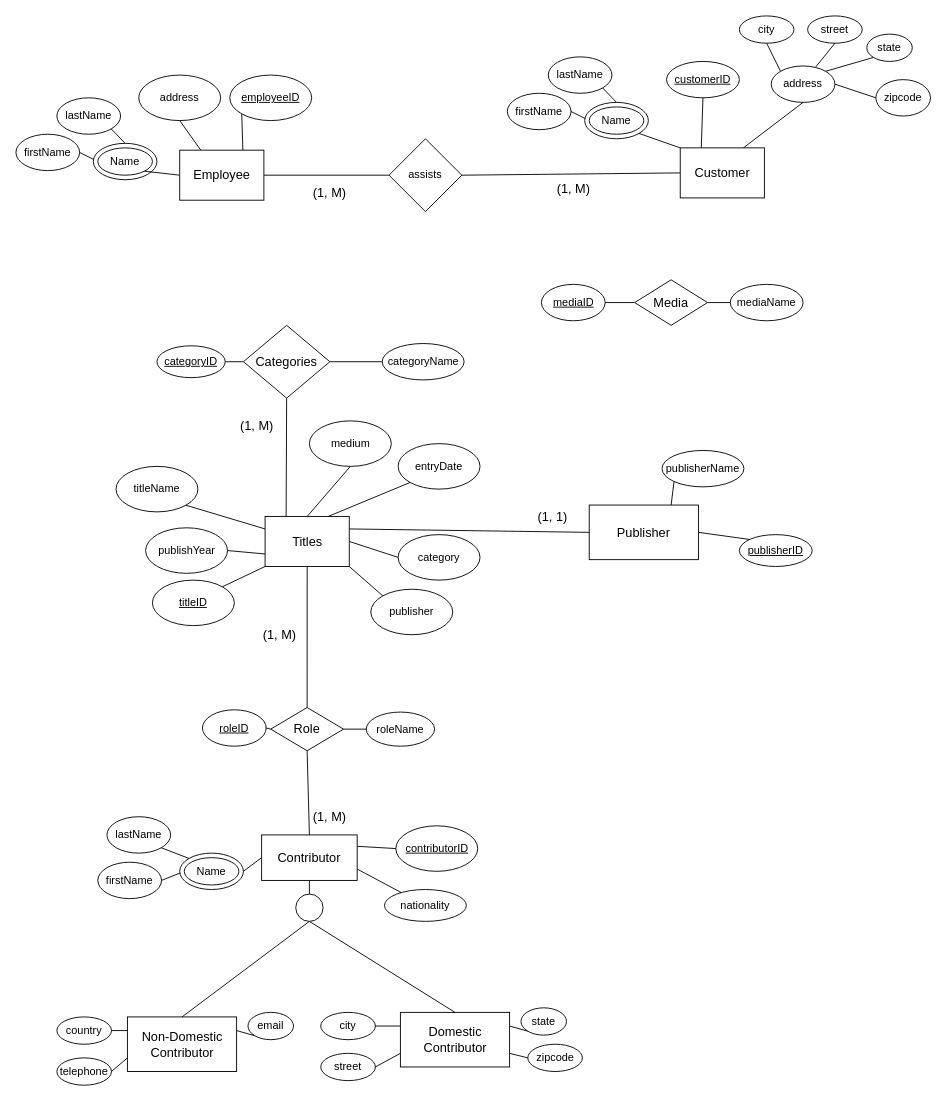
This is projecteerd.drawio from roning54/database_design, a draw.io file, before an edit. Source tidied: cells renumbered, new cells numbered last; positions are measured from the earlier drawing's top-left corner, leaving out a move shared by most shapes. Both pictures are drawn from the tidied source at 91%, with x=0, y=0 at pixel (15, 15).
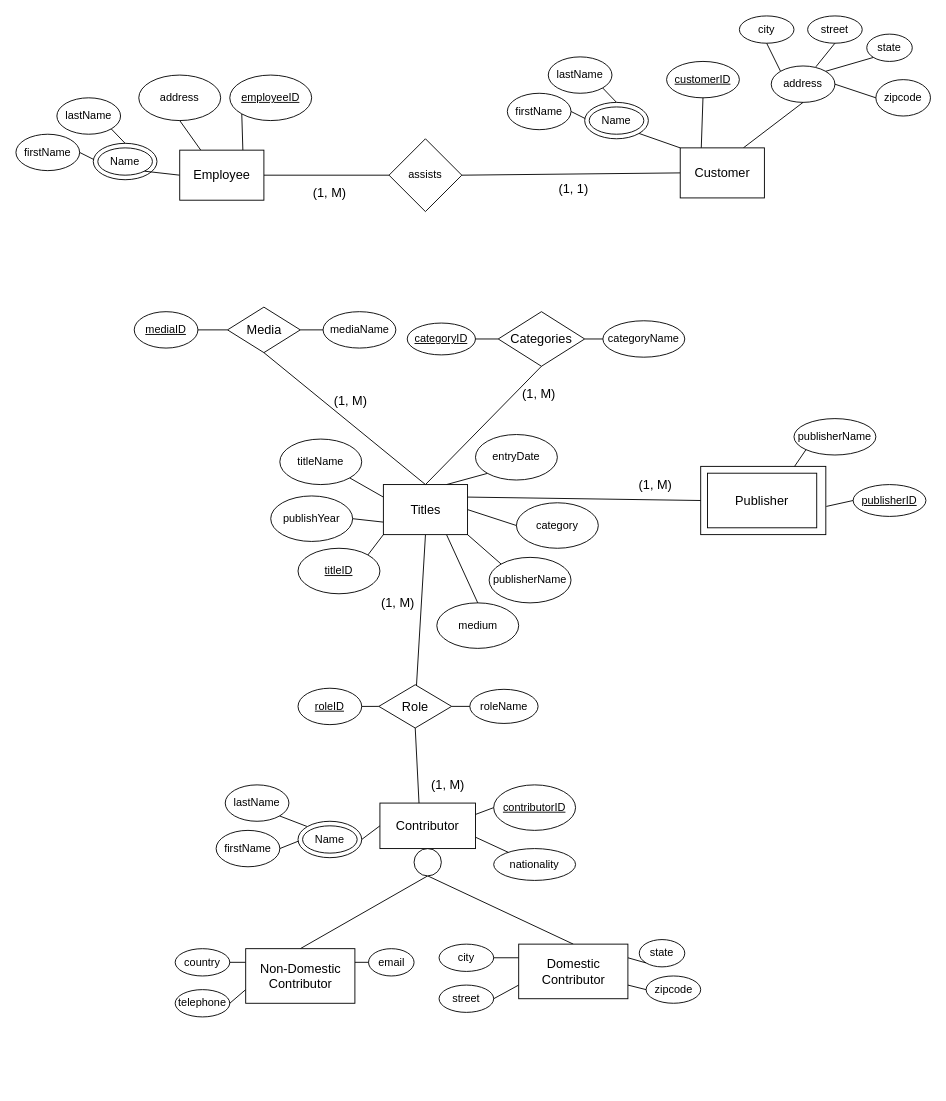
The same page after the edit.

Change to the diagram source:
```diff
@@
+    <mxCell id="114" style="rounded=0;whiteSpace=wrap;html=1;" parent="1" vertex="1">
+      <mxGeometry x="752.5" y="495" width="137.5" height="75" as="geometry" />
+    </mxCell>
@@
     <mxCell id="22" value="&lt;u&gt;mediaID&lt;/u&gt;" style="ellipse;whiteSpace=wrap;html=1;" parent="1" vertex="1">
-      <mxGeometry x="577.5" y="295" width="70" height="40" as="geometry" />
+      <mxGeometry x="130" y="325" width="70" height="40" as="geometry" />
     </mxCell>
     <mxCell id="23" value="mediaName" style="ellipse;whiteSpace=wrap;html=1;" parent="1" vertex="1">
-      <mxGeometry x="785" y="295" width="80" height="40" as="geometry" />
+      <mxGeometry x="337.5" y="325" width="80" height="40" as="geometry" />
     </mxCell>
@@
     <mxCell id="26" value="&lt;u&gt;titleID&lt;/u&gt;" style="ellipse;whiteSpace=wrap;html=1;" parent="1" vertex="1">
-      <mxGeometry x="150" y="620" width="90" height="50" as="geometry" />
+      <mxGeometry x="310" y="585" width="90" height="50" as="geometry" />
     </mxCell>
     <mxCell id="27" value="category" style="ellipse;whiteSpace=wrap;html=1;" parent="1" vertex="1">
-      <mxGeometry x="420" y="570" width="90" height="50" as="geometry" />
+      <mxGeometry x="550" y="535" width="90" height="50" as="geometry" />
     </mxCell>
     <mxCell id="28" value="publishYear" style="ellipse;whiteSpace=wrap;html=1;" parent="1" vertex="1">
-      <mxGeometry x="142.5" y="562.5" width="90" height="50" as="geometry" />
+      <mxGeometry x="280" y="527.5" width="90" height="50" as="geometry" />
     </mxCell>
     <mxCell id="29" value="titleName" style="ellipse;whiteSpace=wrap;html=1;" parent="1" vertex="1">
-      <mxGeometry x="110" y="495" width="90" height="50" as="geometry" />
+      <mxGeometry x="290" y="465" width="90" height="50" as="geometry" />
     </mxCell>
     <mxCell id="30" value="entryDate" style="ellipse;whiteSpace=wrap;html=1;" parent="1" vertex="1">
-      <mxGeometry x="420" y="470" width="90" height="50" as="geometry" />
+      <mxGeometry x="505" y="460" width="90" height="50" as="geometry" />
     </mxCell>
-    <mxCell id="31" value="publisher" style="ellipse;whiteSpace=wrap;html=1;" parent="1" vertex="1">
-      <mxGeometry x="390" y="630" width="90" height="50" as="geometry" />
+    <mxCell id="31" value="publisherName" style="ellipse;whiteSpace=wrap;html=1;" parent="1" vertex="1">
+      <mxGeometry x="520" y="595" width="90" height="50" as="geometry" />
     </mxCell>
@@
     <mxCell id="38" value="&lt;u&gt;contributorID&lt;/u&gt;" style="ellipse;whiteSpace=wrap;html=1;" parent="1" vertex="1">
-      <mxGeometry x="417.5" y="890" width="90" height="50" as="geometry" />
+      <mxGeometry x="525" y="845" width="90" height="50" as="geometry" />
     </mxCell>
     <mxCell id="39" value="nationality" style="ellipse;whiteSpace=wrap;html=1;" parent="1" vertex="1">
-      <mxGeometry x="405" y="960" width="90" height="35" as="geometry" />
+      <mxGeometry x="525" y="915" width="90" height="35" as="geometry" />
     </mxCell>
@@
     <mxCell id="42" value="&lt;u&gt;roleID&lt;/u&gt;" style="ellipse;whiteSpace=wrap;html=1;" parent="1" vertex="1">
-      <mxGeometry x="205" y="762.5" width="70" height="40" as="geometry" />
+      <mxGeometry x="310" y="738.8" width="70" height="40" as="geometry" />
     </mxCell>
     <mxCell id="43" value="&lt;div&gt;roleName&lt;/div&gt;" style="ellipse;whiteSpace=wrap;html=1;" parent="1" vertex="1">
-      <mxGeometry x="385" y="765" width="75" height="37.5" as="geometry" />
+      <mxGeometry x="498.8" y="740" width="75" height="37.5" as="geometry" />
     </mxCell>
@@
     <mxCell id="46" value="street" style="ellipse;whiteSpace=wrap;html=1;" parent="1" vertex="1">
-      <mxGeometry x="335" y="1140" width="60" height="30" as="geometry" />
+      <mxGeometry x="465" y="1065" width="60" height="30" as="geometry" />
     </mxCell>
     <mxCell id="47" value="city" style="ellipse;whiteSpace=wrap;html=1;" parent="1" vertex="1">
-      <mxGeometry x="335" y="1095" width="60" height="30" as="geometry" />
+      <mxGeometry x="465" y="1020" width="60" height="30" as="geometry" />
     </mxCell>
     <mxCell id="48" value="&lt;div&gt;state&lt;/div&gt;" style="ellipse;whiteSpace=wrap;html=1;" parent="1" vertex="1">
-      <mxGeometry x="555" y="1090" width="50" height="30" as="geometry" />
+      <mxGeometry x="685" y="1015" width="50" height="30" as="geometry" />
     </mxCell>
     <mxCell id="49" value="zipcode" style="ellipse;whiteSpace=wrap;html=1;" parent="1" vertex="1">
-      <mxGeometry x="562.5" y="1130" width="60" height="30" as="geometry" />
+      <mxGeometry x="692.5" y="1055" width="60" height="30" as="geometry" />
     </mxCell>
@@
     <mxCell id="54" value="publisherName" style="ellipse;whiteSpace=wrap;html=1;" parent="1" vertex="1">
-      <mxGeometry x="710" y="477.5" width="90" height="40" as="geometry" />
+      <mxGeometry x="855" y="442.5" width="90" height="40" as="geometry" />
     </mxCell>
     <mxCell id="55" value="&lt;u&gt;publisherID&lt;/u&gt;" style="ellipse;whiteSpace=wrap;html=1;" parent="1" vertex="1">
-      <mxGeometry x="795" y="570" width="80" height="35" as="geometry" />
+      <mxGeometry x="920" y="515" width="80" height="35" as="geometry" />
     </mxCell>
-    <mxCell id="56" style="endArrow=none;html=1;exitX=0.75;exitY=0;exitDx=0;exitDy=0;entryX=0;entryY=1;entryDx=0;entryDy=0;" parent="1" edge="1" source="97" target="54">
+    <mxCell id="56" style="endArrow=none;html=1;exitX=0.75;exitY=0;exitDx=0;exitDy=0;entryX=0;entryY=1;entryDx=0;entryDy=0;" parent="1" edge="1" source="114" target="54">
       <mxGeometry relative="1" as="geometry" />
     </mxCell>
-    <mxCell id="57" style="endArrow=none;html=1;exitX=0;exitY=0;exitDx=0;exitDy=0;entryX=1;entryY=0.5;entryDx=0;entryDy=0;" parent="1" edge="1" source="55" target="97">
+    <mxCell id="57" style="endArrow=none;html=1;exitX=0;exitY=0.5;exitDx=0;exitDy=0;entryX=1.004;entryY=0.587;entryDx=0;entryDy=0;entryPerimeter=0;" parent="1" edge="1" source="55" target="114">
       <mxGeometry relative="1" as="geometry" />
     </mxCell>
     <mxCell id="58" value="&lt;u&gt;categoryID&lt;/u&gt;" style="ellipse;whiteSpace=wrap;html=1;" parent="1" vertex="1">
-      <mxGeometry x="155" y="362.5" width="75" height="35" as="geometry" />
+      <mxGeometry x="430" y="337.5" width="75" height="35" as="geometry" />
     </mxCell>
     <mxCell id="59" value="categoryName" style="ellipse;whiteSpace=wrap;html=1;" parent="1" vertex="1">
-      <mxGeometry x="402.5" y="360" width="90" height="40" as="geometry" />
+      <mxGeometry x="645" y="335" width="90" height="40" as="geometry" />
     </mxCell>
@@
     <mxCell id="62" value="&lt;font style=&quot;font-size: 14px&quot;&gt;Role&lt;/font&gt;" style="rhombus;whiteSpace=wrap;html=1;" parent="1" vertex="1">
-      <mxGeometry x="280" y="760" width="80" height="47.5" as="geometry" />
+      <mxGeometry x="398.8" y="735" width="80" height="47.5" as="geometry" />
     </mxCell>
@@
     <mxCell id="76" value="firstName" style="ellipse;whiteSpace=wrap;html=1;" parent="1" vertex="1">
-      <mxGeometry x="90" y="930" width="70" height="40" as="geometry" />
+      <mxGeometry x="220" y="895" width="70" height="40" as="geometry" />
     </mxCell>
     <mxCell id="77" value="&lt;div&gt;lastName&lt;/div&gt;" style="ellipse;whiteSpace=wrap;html=1;" parent="1" vertex="1">
-      <mxGeometry x="100" y="880" width="70" height="40" as="geometry" />
+      <mxGeometry x="230" y="845" width="70" height="40" as="geometry" />
     </mxCell>
@@
     <mxCell id="80" style="ellipse;whiteSpace=wrap;html=1;" parent="1" vertex="1">
-      <mxGeometry x="180" y="920" width="70" height="40" as="geometry" />
+      <mxGeometry x="310" y="885" width="70" height="40" as="geometry" />
     </mxCell>
     <mxCell id="81" value="Name" style="ellipse;whiteSpace=wrap;html=1;" parent="1" vertex="1">
-      <mxGeometry x="185" y="925" width="60" height="30" as="geometry" />
+      <mxGeometry x="315" y="890" width="60" height="30" as="geometry" />
     </mxCell>
@@
     <mxCell id="83" value="&lt;font style=&quot;font-size: 14px&quot;&gt;Media&lt;/font&gt;" style="rhombus;whiteSpace=wrap;html=1;" parent="1" vertex="1">
-      <mxGeometry x="680" y="290" width="80" height="50" as="geometry" />
+      <mxGeometry x="232.5" y="320" width="80" height="50" as="geometry" />
     </mxCell>
     <mxCell id="84" value="telephone" style="ellipse;whiteSpace=wrap;html=1;" parent="1" vertex="1">
-      <mxGeometry x="45" y="1145" width="60" height="30" as="geometry" />
+      <mxGeometry x="175" y="1070" width="60" height="30" as="geometry" />
     </mxCell>
     <mxCell id="85" value="country" style="ellipse;whiteSpace=wrap;html=1;" parent="1" vertex="1">
-      <mxGeometry x="45" y="1100" width="60" height="30" as="geometry" />
+      <mxGeometry x="175" y="1025" width="60" height="30" as="geometry" />
     </mxCell>
     <mxCell id="86" value="email" style="ellipse;whiteSpace=wrap;html=1;" parent="1" vertex="1">
-      <mxGeometry x="255" y="1095" width="50" height="30" as="geometry" />
+      <mxGeometry x="387.5" y="1025" width="50" height="30" as="geometry" />
     </mxCell>
-    <mxCell id="87" style="endArrow=none;html=1;entryX=1;entryY=0.25;entryDx=0;entryDy=0;exitX=0;exitY=1;exitDx=0;exitDy=0;" parent="1" edge="1" source="86" target="107">
+    <mxCell id="87" style="endArrow=none;html=1;entryX=1;entryY=0.25;entryDx=0;entryDy=0;exitX=0;exitY=0.5;exitDx=0;exitDy=0;" parent="1" edge="1" source="86" target="107">
       <mxGeometry relative="1" as="geometry" />
     </mxCell>
@@
     <mxCell id="90" value="medium" style="ellipse;whiteSpace=wrap;html=1;" parent="1" vertex="1">
-      <mxGeometry x="322.5" y="445" width="90" height="50" as="geometry" />
+      <mxGeometry x="462.5" y="645" width="90" height="50" as="geometry" />
     </mxCell>
-    <mxCell id="91" style="endArrow=none;html=1;entryX=0.5;entryY=1;entryDx=0;entryDy=0;exitX=0.5;exitY=0;exitDx=0;exitDy=0;" parent="1" edge="1" source="98" target="90">
+    <mxCell id="91" style="endArrow=none;html=1;entryX=0.5;entryY=0;entryDx=0;entryDy=0;exitX=0.75;exitY=1;exitDx=0;exitDy=0;" parent="1" edge="1" source="98" target="90">
       <mxGeometry relative="1" as="geometry" />
     </mxCell>
@@
-    <mxCell id="95" style="endArrow=none;html=1;entryX=0.5;entryY=1;entryDx=0;entryDy=0;exitX=0.5;exitY=0;exitDx=0;exitDy=0;" parent="1" edge="1" source="109" target="62">
+    <mxCell id="95" style="endArrow=none;html=1;entryX=0.5;entryY=1;entryDx=0;entryDy=0;exitX=0.41;exitY=0.04;exitDx=0;exitDy=0;exitPerimeter=0;" parent="1" edge="1" source="109" target="62">
       <mxGeometry relative="1" as="geometry" />
     </mxCell>
-    <mxCell id="96" style="endArrow=none;html=1;entryX=0.5;entryY=1;entryDx=0;entryDy=0;exitX=0.25;exitY=0;exitDx=0;exitDy=0;" parent="1" edge="1" source="98" target="99">
+    <mxCell id="96" style="endArrow=none;html=1;entryX=0.5;entryY=1;entryDx=0;entryDy=0;exitX=0.5;exitY=0;exitDx=0;exitDy=0;" parent="1" edge="1" source="98" target="99">
       <mxGeometry relative="1" as="geometry" />
     </mxCell>
     <mxCell id="97" value="&lt;font style=&quot;font-size: 14px&quot;&gt;Publisher&lt;/font&gt;" style="rounded=0;whiteSpace=wrap;html=1;" parent="1" vertex="1">
-      <mxGeometry x="630" y="537.5" width="120" height="60" as="geometry" />
+      <mxGeometry x="760" y="502.5" width="120" height="60" as="geometry" />
     </mxCell>
     <mxCell id="98" value="&lt;font style=&quot;font-size: 14px&quot;&gt;Titles&lt;/font&gt;" style="rounded=0;whiteSpace=wrap;html=1;" parent="1" vertex="1">
-      <mxGeometry x="273.8" y="550" width="92.5" height="55" as="geometry" />
+      <mxGeometry x="403.8" y="515" width="92.5" height="55" as="geometry" />
     </mxCell>
     <mxCell id="99" value="&lt;font style=&quot;font-size: 14px&quot;&gt;Categories&lt;/font&gt;" style="rhombus;whiteSpace=wrap;html=1;" parent="1" vertex="1">
-      <mxGeometry x="250" y="340" width="95" height="80" as="geometry" />
+      <mxGeometry x="530" y="325" width="95" height="60" as="geometry" />
     </mxCell>
     <mxCell id="100" style="ellipse;whiteSpace=wrap;html=1;" parent="1" vertex="1">
-      <mxGeometry x="307.5" y="965" width="30" height="30" as="geometry" />
+      <mxGeometry x="437.5" y="915" width="30" height="30" as="geometry" />
     </mxCell>
@@
     <mxCell id="102" value="&lt;font style=&quot;font-size: 14px&quot;&gt;(1, M)&lt;/font&gt;" style="text;html=1;strokeColor=none;fillColor=none;align=center;verticalAlign=middle;whiteSpace=wrap;rounded=0;" parent="1" vertex="1">
-      <mxGeometry x="295" y="860" width="100" height="40" as="geometry" />
+      <mxGeometry x="425" y="825" width="100" height="40" as="geometry" />
     </mxCell>
     <mxCell id="103" value="&lt;font style=&quot;font-size: 14px&quot;&gt;(1, M)&lt;/font&gt;" style="text;html=1;strokeColor=none;fillColor=none;align=center;verticalAlign=middle;whiteSpace=wrap;rounded=0;" parent="1" vertex="1">
-      <mxGeometry x="240" y="660" width="100" height="40" as="geometry" />
+      <mxGeometry x="370" y="625" width="100" height="40" as="geometry" />
     </mxCell>
     <mxCell id="104" value="&lt;font style=&quot;font-size: 14px&quot;&gt;(1, M)&lt;/font&gt;" style="text;html=1;strokeColor=none;fillColor=none;align=center;verticalAlign=middle;whiteSpace=wrap;rounded=0;" parent="1" vertex="1">
-      <mxGeometry x="215" y="430" width="100" height="40" as="geometry" />
+      <mxGeometry x="525" y="395" width="100" height="40" as="geometry" />
     </mxCell>
-    <mxCell id="105" style="endArrow=none;html=1;entryX=0;entryY=0.5;entryDx=0;entryDy=0;exitX=1;exitY=0.25;exitDx=0;exitDy=0;" parent="1" edge="1" source="98" target="97">
+    <mxCell id="105" style="endArrow=none;html=1;exitX=1;exitY=0.25;exitDx=0;exitDy=0;entryX=0;entryY=0.5;entryDx=0;entryDy=0;" parent="1" edge="1" source="98" target="114">
       <mxGeometry relative="1" as="geometry" />
     </mxCell>
-    <mxCell id="106" value="&lt;font style=&quot;font-size: 14px&quot;&gt;(1, 1)&lt;/font&gt;" style="text;html=1;strokeColor=none;fillColor=none;align=center;verticalAlign=middle;whiteSpace=wrap;rounded=0;" parent="1" vertex="1">
-      <mxGeometry x="540" y="530" width="100" height="40" as="geometry" />
+    <mxCell id="106" value="&lt;font style=&quot;font-size: 14px&quot;&gt;(1, M)&lt;/font&gt;" style="text;html=1;strokeColor=none;fillColor=none;align=center;verticalAlign=middle;whiteSpace=wrap;rounded=0;" parent="1" vertex="1">
+      <mxGeometry x="652.5" y="495" width="100" height="40" as="geometry" />
     </mxCell>
     <mxCell id="107" value="&lt;font style=&quot;font-size: 14px&quot;&gt;Non-Domestic Contributor&lt;/font&gt;" style="rounded=0;whiteSpace=wrap;html=1;" parent="1" vertex="1">
-      <mxGeometry x="122.5" y="1100" width="120" height="60" as="geometry" />
+      <mxGeometry x="252.5" y="1025" width="120" height="60" as="geometry" />
     </mxCell>
     <mxCell id="108" value="&lt;font style=&quot;font-size: 14px&quot;&gt;Domestic Contributor&lt;/font&gt;" style="rounded=0;whiteSpace=wrap;html=1;" parent="1" vertex="1">
-      <mxGeometry x="422.5" y="1095" width="120" height="60" as="geometry" />
+      <mxGeometry x="552.5" y="1020" width="120" height="60" as="geometry" />
     </mxCell>
     <mxCell id="109" value="&lt;font style=&quot;font-size: 14px&quot;&gt;Contributor&lt;/font&gt;" style="rounded=0;whiteSpace=wrap;html=1;" parent="1" vertex="1">
-      <mxGeometry x="270" y="900" width="105" height="50" as="geometry" />
+      <mxGeometry x="400" y="865" width="105" height="50" as="geometry" />
     </mxCell>
@@
-    <mxCell id="113" value="&lt;font style=&quot;font-size: 14px&quot;&gt;(1, M)&lt;/font&gt;" style="text;html=1;strokeColor=none;fillColor=none;align=center;verticalAlign=middle;whiteSpace=wrap;rounded=0;" parent="1" vertex="1">
+    <mxCell id="113" value="&lt;font style=&quot;font-size: 14px&quot;&gt;(1, 1)&lt;/font&gt;" style="text;html=1;strokeColor=none;fillColor=none;align=center;verticalAlign=middle;whiteSpace=wrap;rounded=0;" parent="1" vertex="1">
       <mxGeometry x="562.5" y="170" width="100" height="40" as="geometry" />
     </mxCell>
+    <mxCell id="115" style="endArrow=none;html=1;entryX=0.5;entryY=0;entryDx=0;entryDy=0;exitX=0.5;exitY=1;exitDx=0;exitDy=0;" parent="1" edge="1" source="83" target="98">
+      <mxGeometry relative="1" as="geometry" />
+    </mxCell>
+    <mxCell id="116" value="&lt;font style=&quot;font-size: 14px&quot;&gt;(1, M)&lt;/font&gt;" style="text;html=1;strokeColor=none;fillColor=none;align=center;verticalAlign=middle;whiteSpace=wrap;rounded=0;" parent="1" vertex="1">
+      <mxGeometry x="317.5" y="402.5" width="100" height="40" as="geometry" />
+    </mxCell>
```
